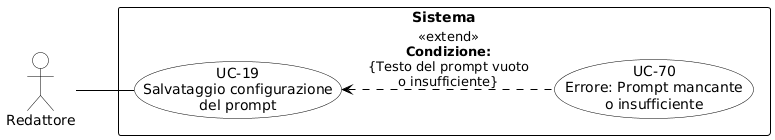
The PlantUML diagram RTB/Analisi dei Requisiti/diagrammi_use_case/UC-19.png in aLittleByte-19/Documentazione, before a commit. Its diagram source:
```plantuml
@startuml
skinparam shadowing false
skinparam defaultFontName Arial
left to right direction
skinparam nodesep 15
skinparam ranksep 50

skinparam usecase {
    BackgroundColor white
    BorderColor black
    ArrowColor black
}
skinparam actor {
    BackgroundColor white
    BorderColor black
}
skinparam rectangle {
    BorderColor black
    FontStyle bold
}

actor "Redattore" as R

rectangle "Sistema" {
    usecase "UC-19\nSalvataggio configurazione\ndel prompt" as UC19
    usecase "UC-70\nErrore: Prompt mancante\no insufficiente" as UC70

    UC19 <.. UC70 : <<extend>>\n**Condizione:**\n{Testo del prompt vuoto\no insufficiente}
}

R -- UC19
@enduml
```
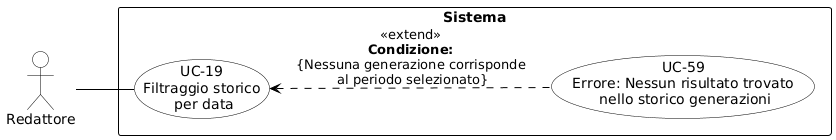
After the change.

Diff of the diagram source:
```diff
@@ -19,14 +19,14 @@
     FontStyle bold
 }
 
-actor "Redattore" as R
+actor "Redattore" as redattore
 
 rectangle "Sistema" {
-    usecase "UC-19\nSalvataggio configurazione\ndel prompt" as UC19
-    usecase "UC-70\nErrore: Prompt mancante\no insufficiente" as UC70
+    usecase "UC-19\nFiltraggio storico\n per data" as UC19
+    usecase "UC-59\nErrore: Nessun risultato trovato\n nello storico generazioni" as UC59
 
-    UC19 <.. UC70 : <<extend>>\n**Condizione:**\n{Testo del prompt vuoto\no insufficiente}
+    UC59 .up.> UC19 : «extend»\n<b>Condizione:</b>\n{Nessuna generazione corrisponde\n al periodo selezionato}
 }
 
-R -- UC19
+redattore -- UC19
 @enduml
```
